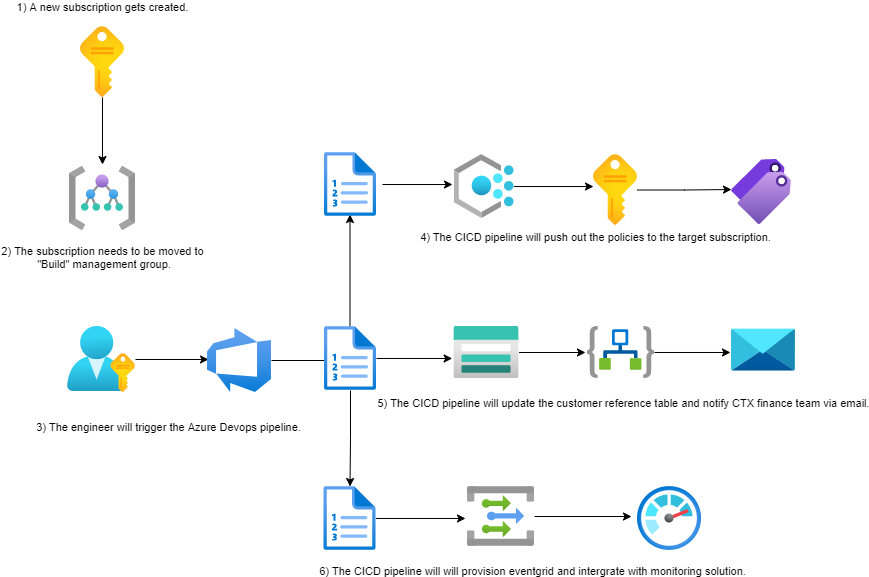
Before: .images/workflow.png, a diagram exported from draw.io (lyoh001/AzureOnboard). Source tidied: cells renumbered, new cells last; positions are measured from the earlier drawing's top-left corner, leaving out a move shared by most shapes. The source it was exported from:
```xml
<mxGraphModel>
  <root>
    <mxCell id="0" />
    <mxCell id="1" parent="0" />
    <mxCell id="2" style="edgeStyle=orthogonalEdgeStyle;rounded=0;orthogonalLoop=1;jettySize=auto;html=1;entryX=0;entryY=0.542;entryDx=0;entryDy=0;entryPerimeter=0;" parent="1" edge="1">
      <mxGeometry relative="1" as="geometry">
        <mxPoint x="315" y="158" as="sourcePoint" />
        <mxPoint x="385" y="158" as="targetPoint" />
      </mxGeometry>
    </mxCell>
    <mxCell id="3" style="edgeStyle=orthogonalEdgeStyle;rounded=0;jettySize=auto;html=1;entryX=0.016;entryY=0.484;entryDx=0;entryDy=0;entryPerimeter=0;" parent="1" edge="1" source="4" target="8">
      <mxGeometry relative="1" as="geometry" />
    </mxCell>
    <mxCell id="4" style="html=1;points=[];align=center;image;fontSize=12;image=img/lib/azure2/azure_stack/User_Subscriptions.svg;" parent="1" vertex="1">
      <mxGeometry y="300" width="68" height="66" as="geometry" />
    </mxCell>
    <mxCell id="5" style="edgeStyle=orthogonalEdgeStyle;rounded=0;jettySize=auto;html=1;" parent="1" edge="1" source="8">
      <mxGeometry relative="1" as="geometry">
        <mxPoint x="282.5" y="188" as="targetPoint" />
      </mxGeometry>
    </mxCell>
    <mxCell id="6" value="1) A new subscription gets created." style="edgeLabel;html=1;align=center;verticalAlign=middle;" parent="5" vertex="1">
      <mxGeometry x="0.07" y="1" relative="1" as="geometry">
        <mxPoint x="-247.5" y="-311.5" as="offset" />
      </mxGeometry>
    </mxCell>
    <mxCell id="7" style="edgeStyle=orthogonalEdgeStyle;rounded=0;jettySize=auto;html=1;" parent="1" edge="1" source="34" target="19">
      <mxGeometry relative="1" as="geometry" />
    </mxCell>
    <mxCell id="8" style="html=1;points=[];align=center;image;fontSize=12;image=img/lib/azure2/devops/Azure_DevOps.svg;" parent="1" vertex="1">
      <mxGeometry x="140" y="302" width="64" height="64" as="geometry" />
    </mxCell>
    <mxCell id="9" style="html=1;points=[];align=center;image;fontSize=12;image=img/lib/azure2/general/Tags.svg;" parent="1" vertex="1">
      <mxGeometry x="664" y="133" width="60" height="65" as="geometry" />
    </mxCell>
    <mxCell id="10" style="edgeStyle=orthogonalEdgeStyle;rounded=0;jettySize=auto;html=1;entryX=-0.094;entryY=0.469;entryDx=0;entryDy=0;entryPerimeter=0;" parent="1" edge="1" source="11" target="23">
      <mxGeometry relative="1" as="geometry" />
    </mxCell>
    <mxCell id="11" style="html=1;points=[];align=center;image;fontSize=12;image=img/lib/azure2/integration/Event_Grid_Topics.svg;" parent="1" vertex="1">
      <mxGeometry x="400" y="460" width="67" height="60" as="geometry" />
    </mxCell>
    <mxCell id="12" style="edgeStyle=orthogonalEdgeStyle;rounded=0;jettySize=auto;html=1;entryX=-0.03;entryY=0.5;entryDx=0;entryDy=0;entryPerimeter=0;" parent="1" edge="1" source="13" target="21">
      <mxGeometry relative="1" as="geometry" />
    </mxCell>
    <mxCell id="13" style="html=1;points=[];align=center;image;fontSize=12;image=img/lib/azure2/storage/Storage_Accounts.svg;" parent="1" vertex="1">
      <mxGeometry x="386.5" y="300" width="65" height="52" as="geometry" />
    </mxCell>
    <mxCell id="14" style="edgeStyle=orthogonalEdgeStyle;rounded=0;jettySize=auto;html=1;entryX=0;entryY=0.462;entryDx=0;entryDy=0;entryPerimeter=0;" parent="1" edge="1" source="15" target="9">
      <mxGeometry relative="1" as="geometry" />
    </mxCell>
    <mxCell id="15" style="html=1;points=[];align=center;image;fontSize=12;image=img/lib/azure2/general/Subscriptions.svg;" parent="1" vertex="1">
      <mxGeometry x="526" y="128" width="44" height="71" as="geometry" />
    </mxCell>
    <mxCell id="16" style="edgeStyle=orthogonalEdgeStyle;rounded=0;jettySize=auto;html=1;entryX=0;entryY=0.451;entryDx=0;entryDy=0;entryPerimeter=0;" parent="1" edge="1" source="17" target="15">
      <mxGeometry relative="1" as="geometry" />
    </mxCell>
    <mxCell id="17" style="html=1;points=[];align=center;image;fontSize=12;image=img/lib/azure2/management_governance/Policy.svg;" parent="1" vertex="1">
      <mxGeometry x="386.5" y="128" width="60" height="64" as="geometry" />
    </mxCell>
    <mxCell id="18" style="edgeStyle=orthogonalEdgeStyle;rounded=0;jettySize=auto;html=1;entryX=-0.03;entryY=0.533;entryDx=0;entryDy=0;entryPerimeter=0;" parent="1" edge="1" source="19" target="11">
      <mxGeometry relative="1" as="geometry" />
    </mxCell>
    <mxCell id="19" style="html=1;points=[];align=center;image;fontSize=12;image=img/lib/azure2/azure_stack/Plans.svg;" parent="1" vertex="1">
      <mxGeometry x="256.5" y="460" width="52" height="64" as="geometry" />
    </mxCell>
    <mxCell id="20" style="edgeStyle=orthogonalEdgeStyle;rounded=0;jettySize=auto;html=1;entryX=-0.016;entryY=0.558;entryDx=0;entryDy=0;entryPerimeter=0;" parent="1" edge="1" source="21" target="22">
      <mxGeometry relative="1" as="geometry" />
    </mxCell>
    <mxCell id="21" style="html=1;points=[];align=center;image;fontSize=12;image=img/lib/azure2/integration/Logic_Apps.svg;" parent="1" vertex="1">
      <mxGeometry x="520" y="300" width="67" height="52" as="geometry" />
    </mxCell>
    <mxCell id="22" style="html=1;points=[];align=center;image;fontSize=12;image=img/lib/azure2/storage/Data_Share_Invitations.svg;" parent="1" vertex="1">
      <mxGeometry x="664" y="302" width="64" height="43" as="geometry" />
    </mxCell>
    <mxCell id="23" style="html=1;points=[];align=center;image;fontSize=12;image=img/lib/azure2/management_governance/Monitor.svg;" parent="1" vertex="1">
      <mxGeometry x="570" y="460" width="64" height="64" as="geometry" />
    </mxCell>
    <mxCell id="24" style="html=1;points=[];align=center;image;fontSize=12;image=img/lib/azure2/general/Management_Groups.svg;" parent="1" vertex="1">
      <mxGeometry x="2" y="140" width="66" height="64" as="geometry" />
    </mxCell>
    <mxCell id="25" style="edgeStyle=orthogonalEdgeStyle;rounded=0;jettySize=auto;html=1;entryX=0.5;entryY=-0.031;entryDx=0;entryDy=0;entryPerimeter=0;" parent="1" edge="1" source="26" target="24">
      <mxGeometry relative="1" as="geometry" />
    </mxCell>
    <mxCell id="26" style="html=1;points=[];align=center;image;fontSize=12;image=img/lib/azure2/general/Subscriptions.svg;" parent="1" vertex="1">
      <mxGeometry x="13" width="44" height="71" as="geometry" />
    </mxCell>
    <mxCell id="27" value="3) The engineer will trigger the Azure Devops pipeline." style="edgeLabel;html=1;align=center;verticalAlign=middle;" parent="1" vertex="1">
      <mxGeometry x="100" y="400" as="geometry" />
    </mxCell>
    <mxCell id="28" value="4)&amp;nbsp;The CICD pipeline will push out the policies to the target subscription." style="edgeLabel;html=1;align=center;verticalAlign=middle;" parent="1" vertex="1">
      <mxGeometry x="530" y="210" as="geometry">
        <mxPoint x="-3" as="offset" />
      </mxGeometry>
    </mxCell>
    <mxCell id="29" value="6) The CICD pipeline will will provision eventgrid and intergrate with monitoring solution." style="edgeLabel;html=1;align=center;verticalAlign=middle;" parent="1" vertex="1">
      <mxGeometry x="467" y="540" as="geometry">
        <mxPoint x="-3" y="4" as="offset" />
      </mxGeometry>
    </mxCell>
    <mxCell id="30" value="5) The CICD pipeline will update the customer reference table and notify CTX finance team via email." style="edgeLabel;html=1;align=center;verticalAlign=middle;" parent="1" vertex="1">
      <mxGeometry x="553.5" y="380" as="geometry">
        <mxPoint x="2" y="-4" as="offset" />
      </mxGeometry>
    </mxCell>
    <mxCell id="31" value="2) The subscription needs to be moved to&lt;br&gt;&amp;nbsp;&quot;Build&quot; management group." style="edgeLabel;html=1;align=center;verticalAlign=middle;" parent="1" vertex="1">
      <mxGeometry x="34" y="230" as="geometry" />
    </mxCell>
    <mxCell id="32" style="html=1;align=center;image;fontSize=12;image=img/lib/azure2/azure_stack/Plans.svg;" parent="1" vertex="1">
      <mxGeometry x="257" y="126" width="52" height="64" as="geometry" />
    </mxCell>
    <mxCell id="33" style="edgeStyle=orthogonalEdgeStyle;rounded=0;jettySize=auto;html=1;entryX=-0.028;entryY=0.615;entryDx=0;entryDy=0;entryPerimeter=0;" parent="1" edge="1" source="34" target="13">
      <mxGeometry relative="1" as="geometry" />
    </mxCell>
    <mxCell id="34" style="html=1;points=[];align=center;image;fontSize=12;image=img/lib/azure2/azure_stack/Plans.svg;" parent="1" vertex="1">
      <mxGeometry x="257" y="300" width="52" height="64" as="geometry" />
    </mxCell>
  </root>
</mxGraphModel>
```
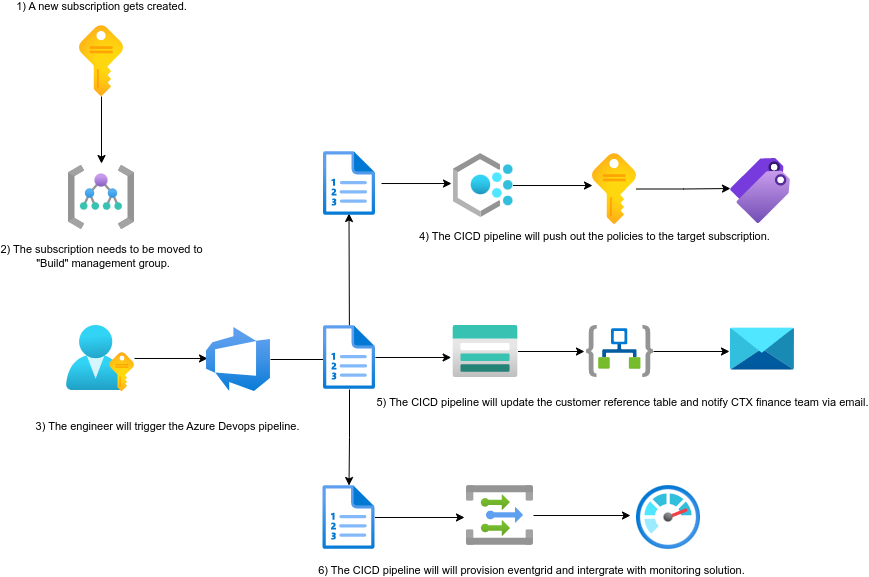
The same diagram one commit later.

Change to the diagram source:
```diff
@@ -19,7 +19,7 @@
         <mxPoint x="282.5" y="188" as="targetPoint" />
       </mxGeometry>
     </mxCell>
-    <mxCell id="6" value="1) A new subscription gets created." style="edgeLabel;html=1;align=center;verticalAlign=middle;" parent="5" vertex="1">
+    <mxCell id="6" value="1) A new subscription gets created." style="edgeLabel;html=1;align=center;verticalAlign=middle;labelBackgroundColor=none;" parent="5" vertex="1">
       <mxGeometry x="0.07" y="1" relative="1" as="geometry">
         <mxPoint x="-247.5" y="-311.5" as="offset" />
       </mxGeometry>
@@ -84,25 +84,25 @@
     <mxCell id="26" style="html=1;points=[];align=center;image;fontSize=12;image=img/lib/azure2/general/Subscriptions.svg;" parent="1" vertex="1">
       <mxGeometry x="13" width="44" height="71" as="geometry" />
     </mxCell>
-    <mxCell id="27" value="3) The engineer will trigger the Azure Devops pipeline." style="edgeLabel;html=1;align=center;verticalAlign=middle;" parent="1" vertex="1">
+    <mxCell id="27" value="3) The engineer will trigger the Azure Devops pipeline." style="edgeLabel;html=1;align=center;verticalAlign=middle;labelBackgroundColor=none;" parent="1" vertex="1">
       <mxGeometry x="100" y="400" as="geometry" />
     </mxCell>
-    <mxCell id="28" value="4)&amp;nbsp;The CICD pipeline will push out the policies to the target subscription." style="edgeLabel;html=1;align=center;verticalAlign=middle;" parent="1" vertex="1">
+    <mxCell id="28" value="4)&amp;nbsp;The CICD pipeline will push out the policies to the target subscription." style="edgeLabel;html=1;align=center;verticalAlign=middle;labelBackgroundColor=none;" parent="1" vertex="1">
       <mxGeometry x="530" y="210" as="geometry">
         <mxPoint x="-3" as="offset" />
       </mxGeometry>
     </mxCell>
-    <mxCell id="29" value="6) The CICD pipeline will will provision eventgrid and intergrate with monitoring solution." style="edgeLabel;html=1;align=center;verticalAlign=middle;" parent="1" vertex="1">
+    <mxCell id="29" value="6) The CICD pipeline will will provision eventgrid and intergrate with monitoring solution." style="edgeLabel;html=1;align=center;verticalAlign=middle;labelBackgroundColor=none;" parent="1" vertex="1">
       <mxGeometry x="467" y="540" as="geometry">
         <mxPoint x="-3" y="4" as="offset" />
       </mxGeometry>
     </mxCell>
-    <mxCell id="30" value="5) The CICD pipeline will update the customer reference table and notify CTX finance team via email." style="edgeLabel;html=1;align=center;verticalAlign=middle;" parent="1" vertex="1">
+    <mxCell id="30" value="5) The CICD pipeline will update the customer reference table and notify CTX finance team via email." style="edgeLabel;html=1;align=center;verticalAlign=middle;fontColor=default;labelBackgroundColor=none;" parent="1" vertex="1">
       <mxGeometry x="553.5" y="380" as="geometry">
         <mxPoint x="2" y="-4" as="offset" />
       </mxGeometry>
     </mxCell>
-    <mxCell id="31" value="2) The subscription needs to be moved to&lt;br&gt;&amp;nbsp;&quot;Build&quot; management group." style="edgeLabel;html=1;align=center;verticalAlign=middle;" parent="1" vertex="1">
+    <mxCell id="31" value="2) The subscription needs to be moved to&lt;br&gt;&amp;nbsp;&quot;Build&quot; management group." style="edgeLabel;html=1;align=center;verticalAlign=middle;labelBackgroundColor=none;" parent="1" vertex="1">
       <mxGeometry x="34" y="230" as="geometry" />
     </mxCell>
     <mxCell id="32" style="html=1;align=center;image;fontSize=12;image=img/lib/azure2/azure_stack/Plans.svg;" parent="1" vertex="1">
```
